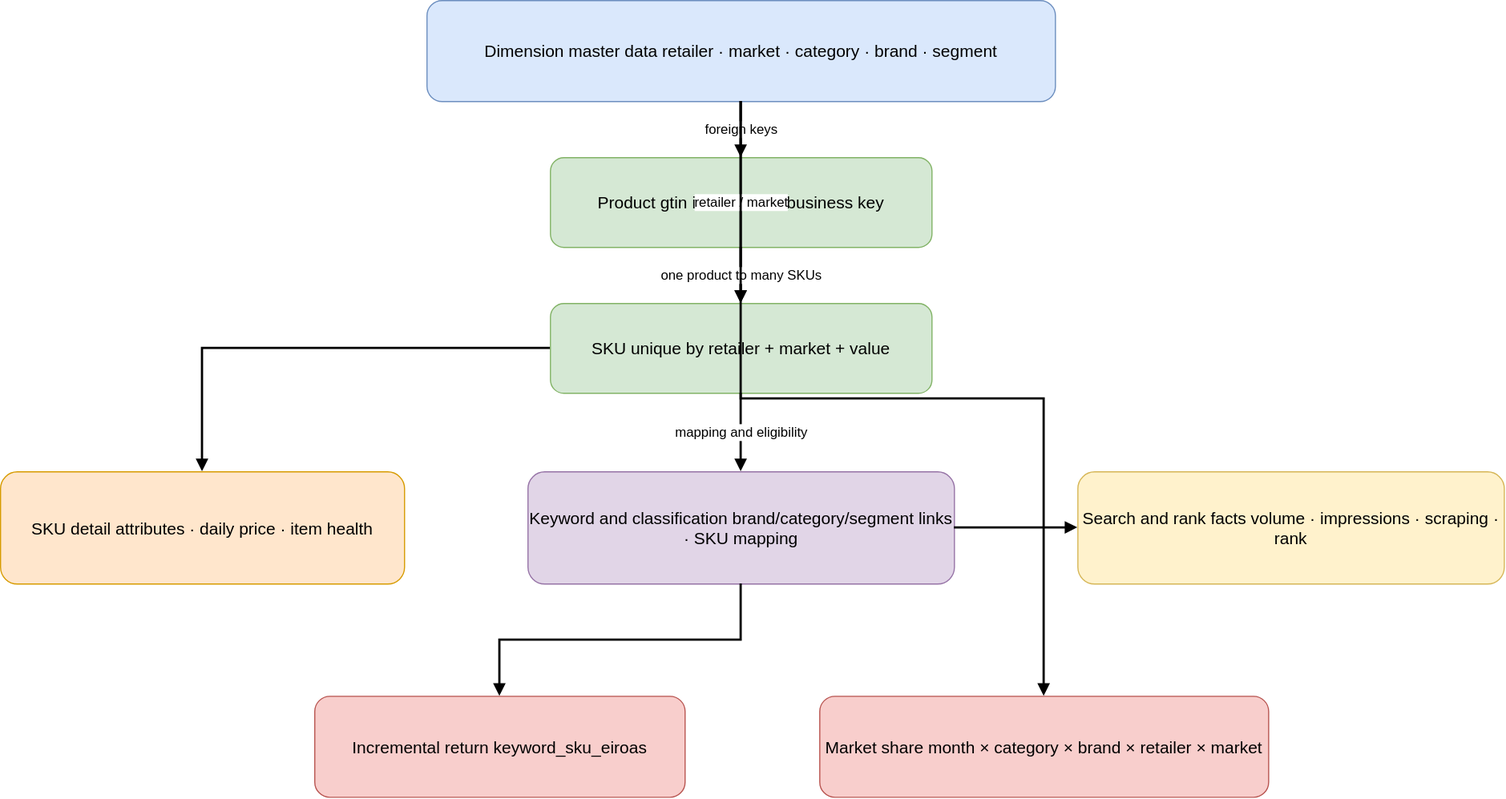
Earlier version of the draw.io export docs/en/market-simulation/product-data-model.light.drawio.svg (Trance-0/MTA-strategy-optimizer). Source tidied: cells renumbered, new cells last; positions are measured from the earlier drawing's top-left corner, leaving out a move shared by most shapes.
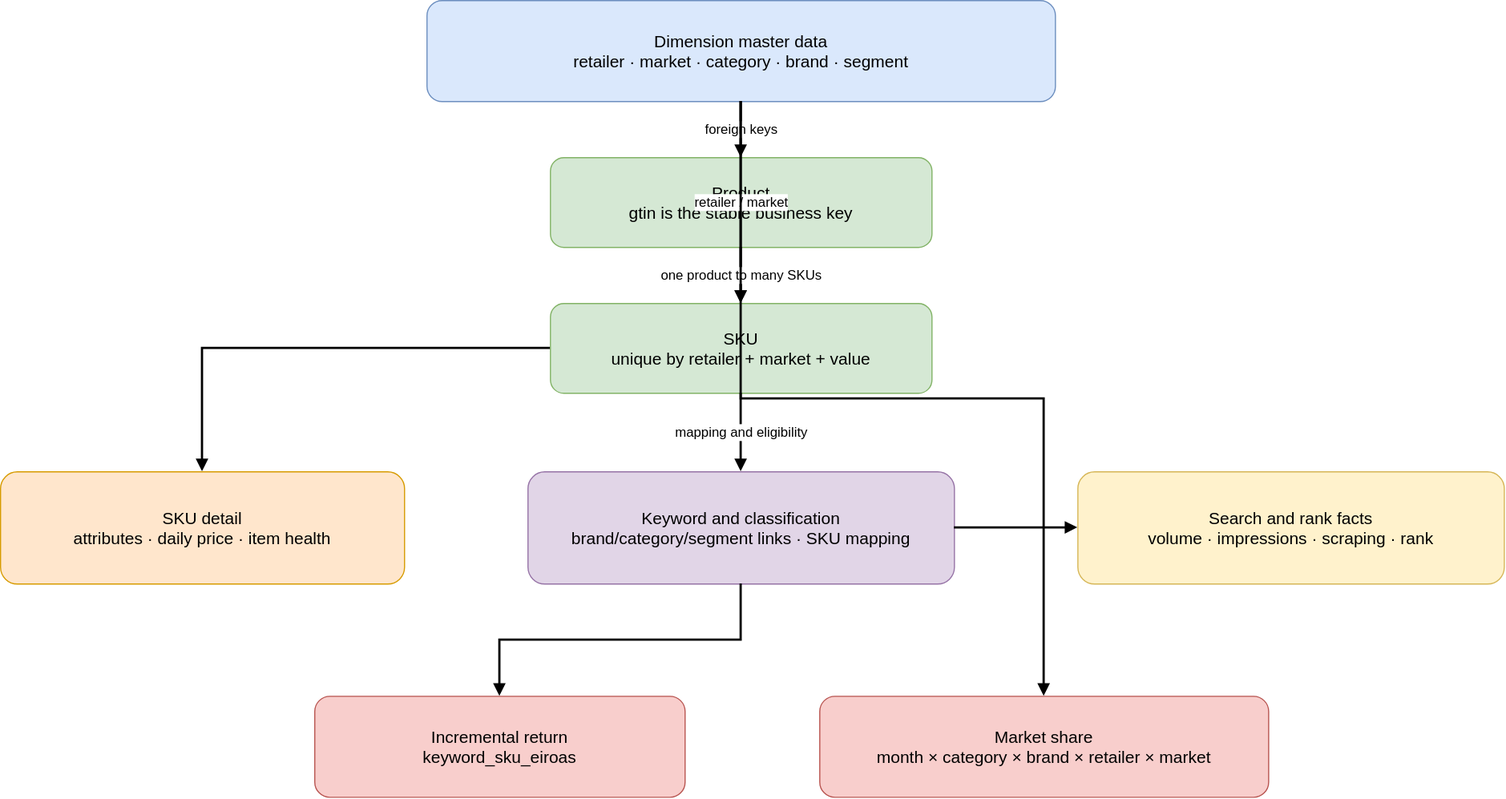
Later version of the same file.

Diff of the diagram source:
```diff
@@ -2,28 +2,28 @@
   <root>
     <mxCell id="0" />
     <mxCell id="1" parent="0" />
-    <mxCell id="2" value="Dimension master data retailer · market · category · brand · segment" style="rounded=1;whiteSpace=wrap;html=1;fillColor=#dae8fc;strokeColor=#6c8ebf;fontSize=15;" parent="1" vertex="1">
+    <mxCell id="2" value="Dimension master data&lt;br&gt;retailer · market · category · brand · segment" style="rounded=1;whiteSpace=wrap;html=1;fillColor=#dae8fc;strokeColor=#6c8ebf;fontSize=15;" parent="1" vertex="1">
       <mxGeometry x="380" width="560" height="90" as="geometry" />
     </mxCell>
-    <mxCell id="3" value="Product gtin is the stable business key" style="rounded=1;whiteSpace=wrap;html=1;fillColor=#d5e8d4;strokeColor=#82b366;fontSize=15;" parent="1" vertex="1">
+    <mxCell id="3" value="Product&lt;br&gt;gtin is the stable business key" style="rounded=1;whiteSpace=wrap;html=1;fillColor=#d5e8d4;strokeColor=#82b366;fontSize=15;" parent="1" vertex="1">
       <mxGeometry x="490" y="140" width="340" height="80" as="geometry" />
     </mxCell>
-    <mxCell id="4" value="SKU unique by retailer + market + value" style="rounded=1;whiteSpace=wrap;html=1;fillColor=#d5e8d4;strokeColor=#82b366;fontSize=15;" parent="1" vertex="1">
+    <mxCell id="4" value="SKU&lt;br&gt;unique by retailer + market + value" style="rounded=1;whiteSpace=wrap;html=1;fillColor=#d5e8d4;strokeColor=#82b366;fontSize=15;" parent="1" vertex="1">
       <mxGeometry x="490" y="270" width="340" height="80" as="geometry" />
     </mxCell>
-    <mxCell id="5" value="SKU detail attributes · daily price · item health" style="rounded=1;whiteSpace=wrap;html=1;fillColor=#ffe6cc;strokeColor=#d79b00;fontSize=15;" parent="1" vertex="1">
+    <mxCell id="5" value="SKU detail&lt;br&gt;attributes · daily price · item health" style="rounded=1;whiteSpace=wrap;html=1;fillColor=#ffe6cc;strokeColor=#d79b00;fontSize=15;" parent="1" vertex="1">
       <mxGeometry y="420" width="360" height="100" as="geometry" />
     </mxCell>
-    <mxCell id="6" value="Keyword and classification brand/category/segment links · SKU mapping" style="rounded=1;whiteSpace=wrap;html=1;fillColor=#e1d5e7;strokeColor=#9673a6;fontSize=15;" parent="1" vertex="1">
+    <mxCell id="6" value="Keyword and classification&lt;br&gt;brand/category/segment links · SKU mapping" style="rounded=1;whiteSpace=wrap;html=1;fillColor=#e1d5e7;strokeColor=#9673a6;fontSize=15;" parent="1" vertex="1">
       <mxGeometry x="470" y="420" width="380" height="100" as="geometry" />
     </mxCell>
-    <mxCell id="7" value="Search and rank facts volume · impressions · scraping · rank" style="rounded=1;whiteSpace=wrap;html=1;fillColor=#fff2cc;strokeColor=#d6b656;fontSize=15;" parent="1" vertex="1">
+    <mxCell id="7" value="Search and rank facts&lt;br&gt;volume · impressions · scraping · rank" style="rounded=1;whiteSpace=wrap;html=1;fillColor=#fff2cc;strokeColor=#d6b656;fontSize=15;" parent="1" vertex="1">
       <mxGeometry x="960" y="420" width="380" height="100" as="geometry" />
     </mxCell>
-    <mxCell id="8" value="Incremental return keyword_sku_eiroas" style="rounded=1;whiteSpace=wrap;html=1;fillColor=#f8cecc;strokeColor=#b85450;fontSize=15;" parent="1" vertex="1">
+    <mxCell id="8" value="Incremental return&lt;br&gt;keyword_sku_eiroas" style="rounded=1;whiteSpace=wrap;html=1;fillColor=#f8cecc;strokeColor=#b85450;fontSize=15;" parent="1" vertex="1">
       <mxGeometry x="280" y="620" width="330" height="90" as="geometry" />
     </mxCell>
-    <mxCell id="9" value="Market share month × category × brand × retailer × market" style="rounded=1;whiteSpace=wrap;html=1;fillColor=#f8cecc;strokeColor=#b85450;fontSize=15;" parent="1" vertex="1">
+    <mxCell id="9" value="Market share&lt;br&gt;month × category × brand × retailer × market" style="rounded=1;whiteSpace=wrap;html=1;fillColor=#f8cecc;strokeColor=#b85450;fontSize=15;" parent="1" vertex="1">
       <mxGeometry x="730" y="620" width="400" height="90" as="geometry" />
     </mxCell>
     <mxCell id="10" value="foreign keys" style="edgeStyle=orthogonalEdgeStyle;rounded=0;jettySize=auto;html=1;endArrow=block;endFill=1;strokeWidth=2;fontSize=12;" parent="1" edge="1" source="2" target="3">
```
